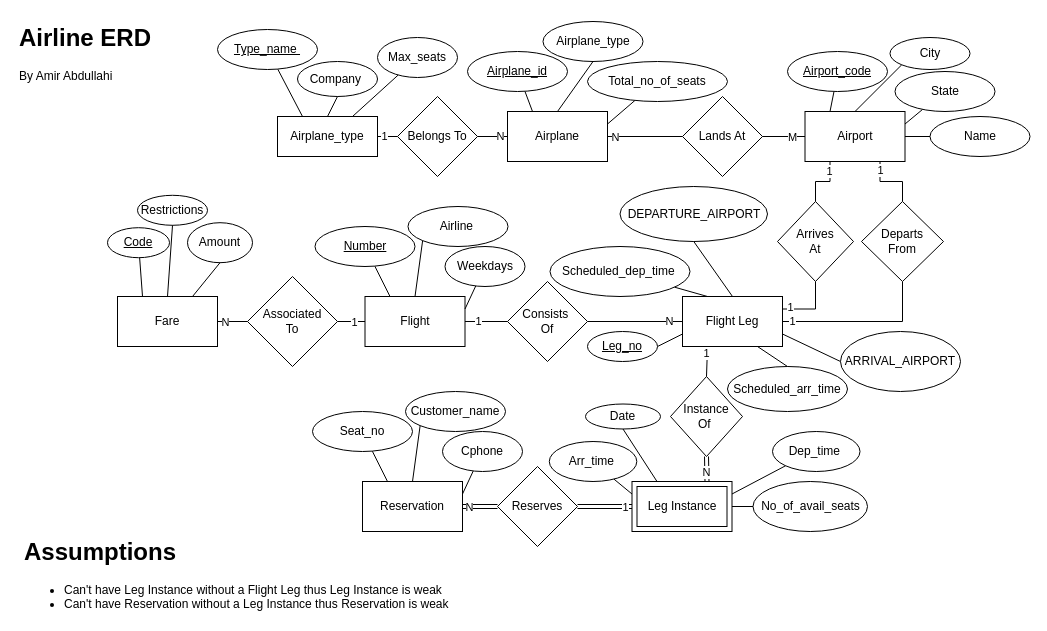
amirabdullahi1/gold keeps this draw.io diagram as SENG 321/AirlineERD.drawio. Above is the earlier version. Source tidied: cells renumbered, new cells numbered last; positions are measured from the earlier drawing's top-left corner, leaving out a move shared by most shapes. Both pictures are drawn from the tidied source at 100%, with x=0, y=0 at pixel (17, 17).
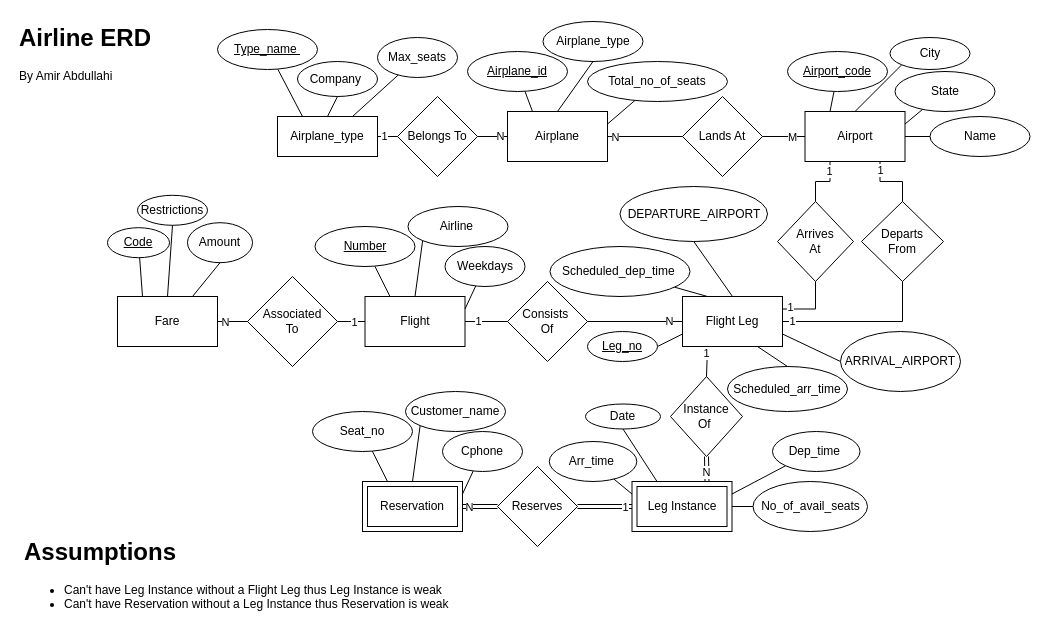
After the change.

Diff of the diagram source:
```diff
@@
-    <mxCell id="51" value="Reservation" style="html=1;dashed=0;whiteSpace=wrap;" parent="1" vertex="1">
+    <mxCell id="51" value="Reservation" style="html=1;dashed=0;whiteSpace=wrap;shape=ext;margin=3;double=1;" parent="1" vertex="1">
       <mxGeometry x="345" y="464" width="100" height="50" as="geometry" />
     </mxCell>
```
